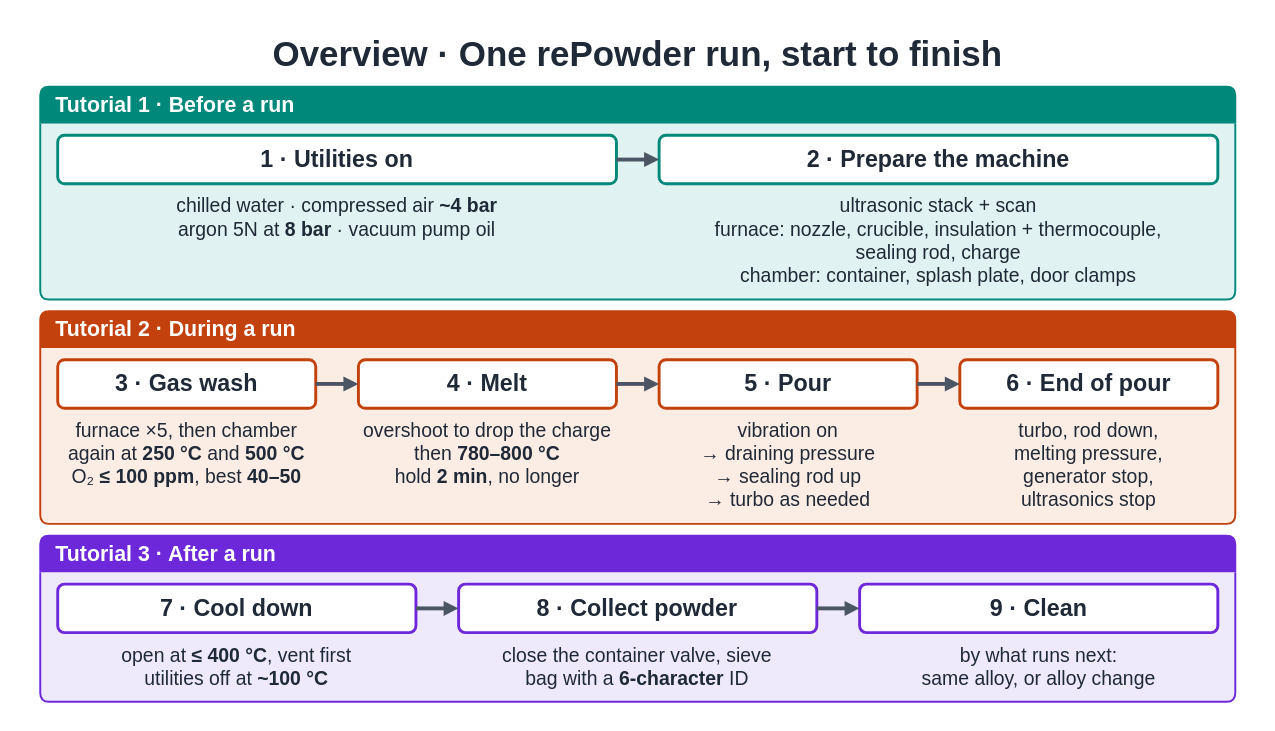
This is atomizer-training/tutorials/diagrams/00-overview.drawio from vertical-cloud-lab/byu-vcl, a draw.io file, before an edit. Source tidied: cells renumbered, new cells numbered last; positions are measured from the earlier drawing's top-left corner, leaving out a move shared by most shapes. Both pictures are drawn from the tidied source at 97%, with x=0, y=0 at pixel (16, 16).
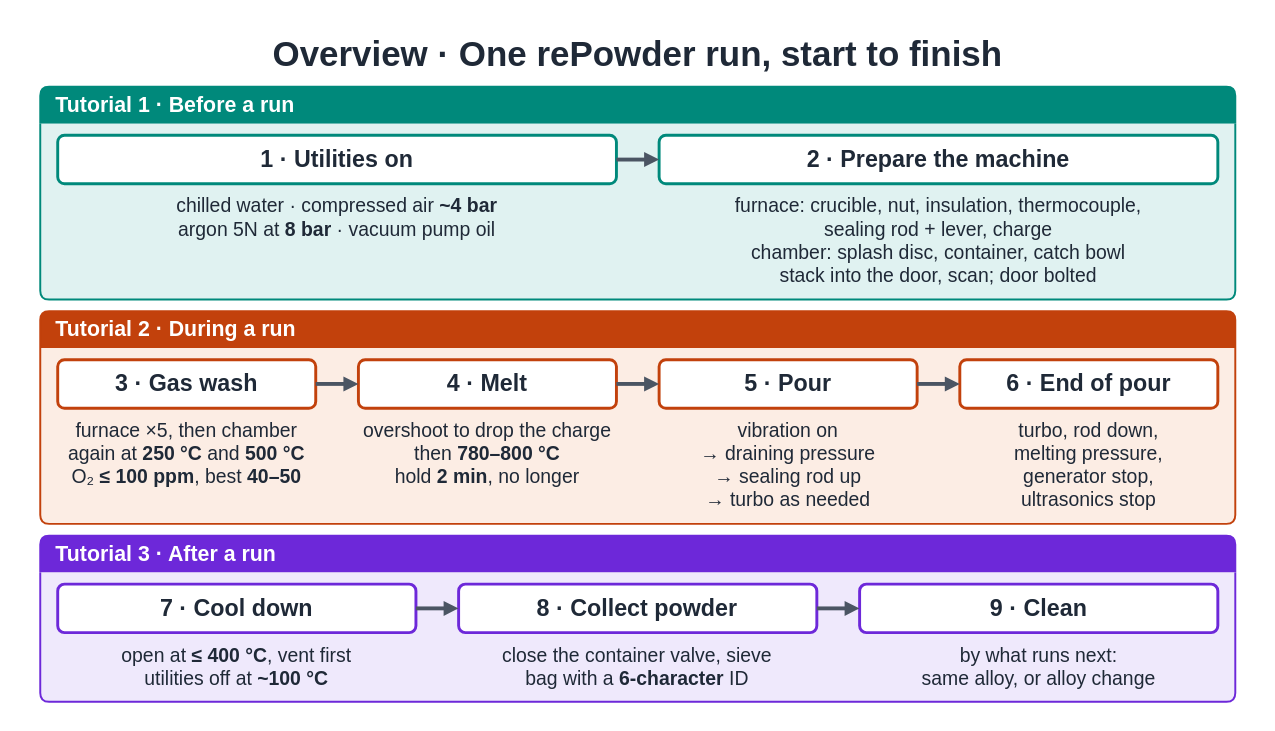
Above is the later version.

The change refers to these unchanged cells:
```xml
<mxCell id="5" value="Tutorial 1 · Before a run" style="swimlane;startSize=38;horizontal=1;rounded=1;arcSize=8;html=1;whiteSpace=wrap;fontSize=22;fontStyle=1;fontColor=#FFFFFF;align=left;spacingLeft=14;fillColor=#00897B;swimlaneFillColor=#E0F2F1;strokeColor=#00897B;strokeWidth=2;swimlaneLine=0;" parent="3" vertex="1">
  <mxGeometry x="24" y="72" width="1232" height="219.3" as="geometry" />
</mxCell>
```

Change to the diagram source:
```diff
@@
-    <mxCell id="9" value="ultrasonic stack + scan&lt;br&gt;furnace: nozzle, crucible, insulation + thermocouple,&lt;br&gt;sealing rod, charge&lt;br&gt;chamber: container, splash plate, door clamps" style="text;html=1;whiteSpace=wrap;align=center;verticalAlign=top;fontSize=20;fontColor=#1F2937;strokeColor=none;fillColor=none;spacing=0;" parent="5" vertex="1">
+    <mxCell id="9" value="furnace: crucible, nut, insulation, thermocouple,&lt;br&gt;sealing rod + lever, charge&lt;br&gt;chamber: splash disc, container, catch bowl&lt;br&gt;stack into the door, scan; &lt;span style=&quot;white-space:nowrap&quot;&gt;door bolted&lt;/span&gt;" style="text;html=1;whiteSpace=wrap;align=center;verticalAlign=top;fontSize=20;fontColor=#1F2937;strokeColor=none;fillColor=none;spacing=0;" parent="5" vertex="1">
       <mxGeometry x="638" y="106" width="576" height="103.3" as="geometry" />
     </mxCell>
```
